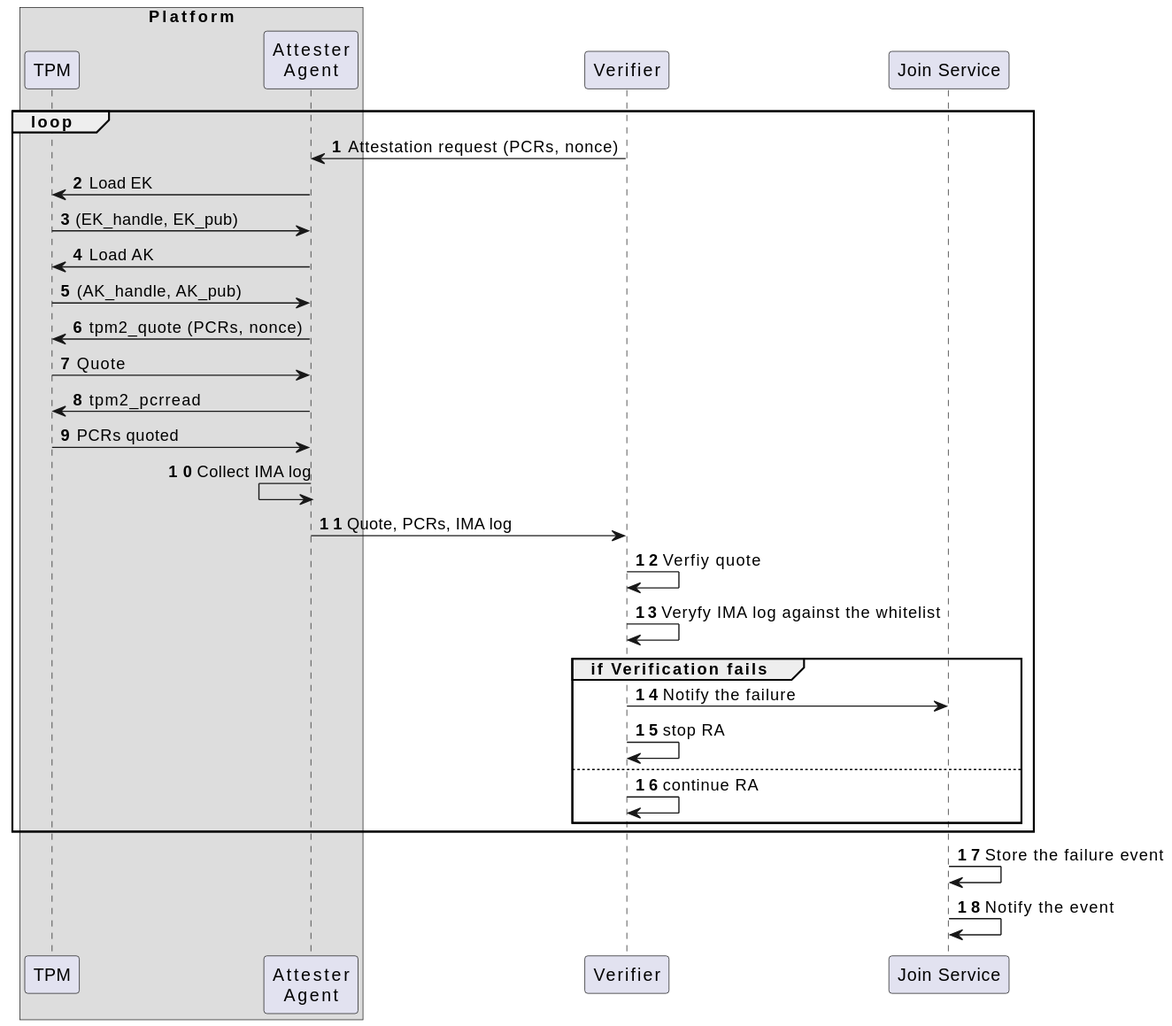
Before: docs/protocols/remote_attestation.svg, a diagram exported from PlantUML (Cybersecurity-LINKS/embrave).
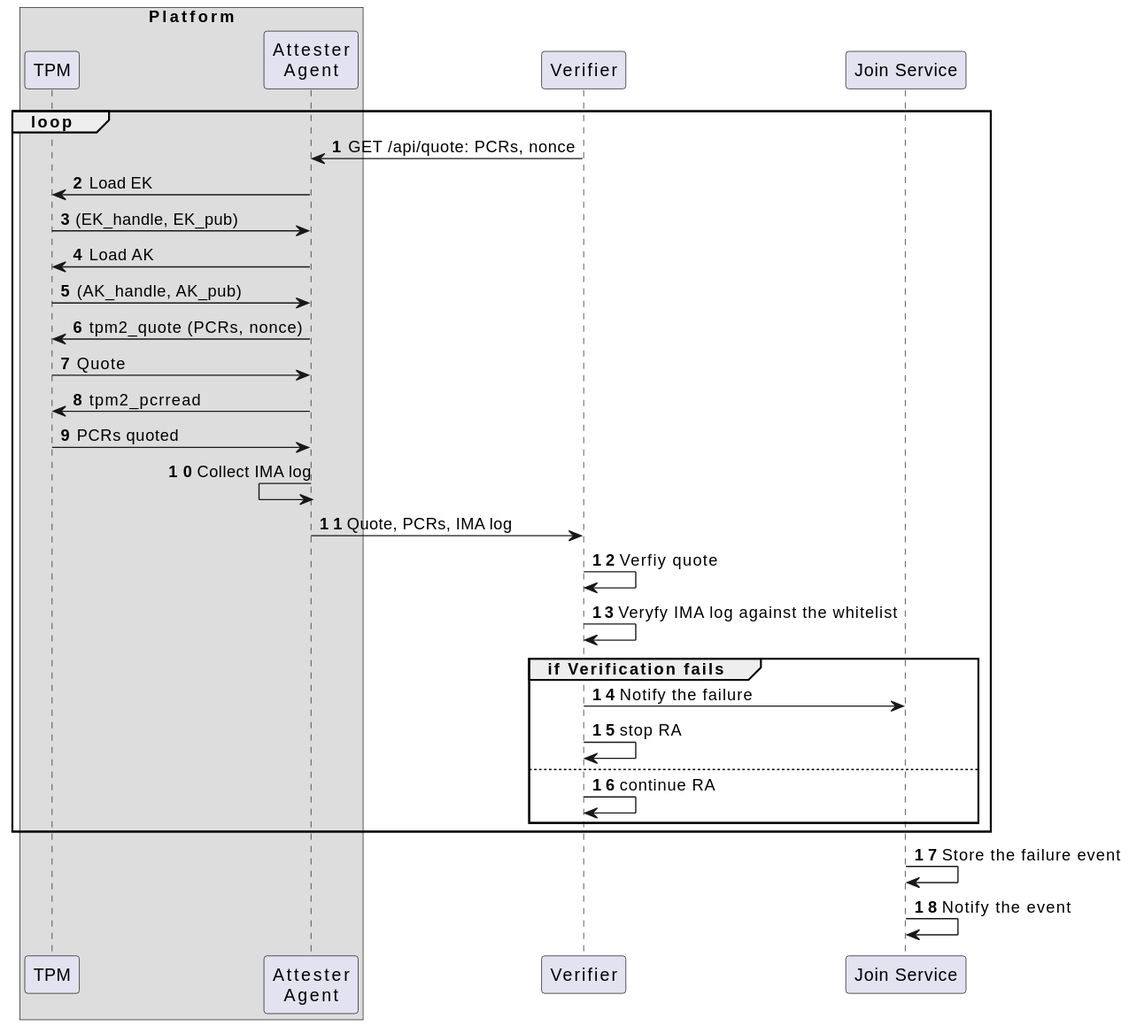
After the change.

Commit message:
docs: modifed ra procedure diagram

Change to the diagram source:
```diff
@@ -10,7 +10,7 @@
 participant "Join Service" as join_service
 
 loop
-verifier->attester_agent: Attestation request (PCRs, nonce)
+verifier->attester_agent: GET /api/quote: PCRs, nonce
 attester_agent->TPM: Load EK
 TPM->attester_agent: (EK_handle, EK_pub)
 attester_agent->TPM: Load AK
```
